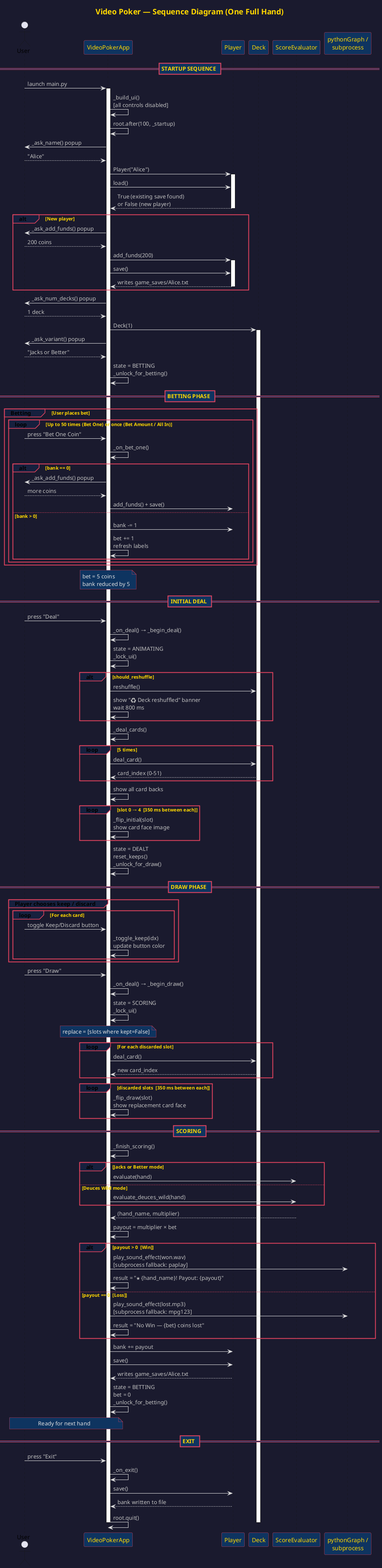
Before: doc/sequence_diagram.png, a diagram exported from PlantUML (jackwiegman/JacksOrHigher-VideoPoker). Source of this version:
```plantuml
@startuml sequence_diagram
skinparam backgroundColor #1a1a2e
skinparam sequenceParticipantBackgroundColor #0f3460
skinparam sequenceParticipantBorderColor #e94560
skinparam sequenceParticipantFontColor #ffd700
skinparam sequenceArrowColor #e0e0e0
skinparam sequenceArrowFontColor #c0c0c0
skinparam sequenceDividerBackgroundColor #0f3460
skinparam sequenceDividerFontColor #ffd700
skinparam sequenceDividerBorderColor #e94560
skinparam sequenceGroupBackgroundColor #16213e
skinparam sequenceGroupBorderColor #e94560
skinparam sequenceGroupFontColor #ffd700
skinparam noteBackgroundColor #0f3460
skinparam noteFontColor #e0e0e0
skinparam noteBorderColor #e94560
skinparam titleFontColor #ffd700
skinparam titleFontSize 18
skinparam lifelineBorderColor #e94560

title Video Poker — Sequence Diagram (One Full Hand)

actor       User              as U
participant VideoPokerApp     as App
participant Player            as P
participant Deck              as D
participant ScoreEvaluator    as SE
participant "pythonGraph /\nsubprocess" as Sound

== STARTUP SEQUENCE ==

U -> App : launch main.py
activate App

App -> App : _build_ui()\n[all controls disabled]

App -> App : root.after(100, _startup)

App -> U : _ask_name() popup
U --> App : "Alice"

App -> P : Player("Alice")
activate P

App -> P : load()
P --> App : True (existing save found)\nor False (new player)
deactivate P

alt New player
    App -> U : _ask_add_funds() popup
    U --> App : 200 coins
    App -> P : add_funds(200)
    activate P
    App -> P : save()
    P --> App : writes game_saves/Alice.txt
    deactivate P
end

App -> U : _ask_num_decks() popup
U --> App : 1 deck
App -> D : Deck(1)
activate D

App -> U : _ask_variant() popup
U --> App : "Jacks or Better"

App -> App : state = BETTING\n_unlock_for_betting()

== BETTING PHASE ==

group Betting [User places bet]
    loop Up to 50 times (Bet One) or once (Bet Amount / All In)
        U -> App : press "Bet One Coin"
        App -> App : _on_bet_one()

        alt bank == 0
            App -> U : _ask_add_funds() popup
            U --> App : more coins
            App -> P : add_funds() + save()
        else bank > 0
            App -> P : bank -= 1
            App -> App : bet += 1\nrefresh labels
        end
    end
end

note over App : bet = 5 coins\nbank reduced by 5

== INITIAL DEAL ==

U -> App : press "Deal"
App -> App : _on_deal() → _begin_deal()
App -> App : state = ANIMATING\n_lock_ui()

alt should_reshuffle
    App -> D : reshuffle()
    App -> App : show "♻ Deck reshuffled" banner\nwait 800 ms
end

App -> App : _deal_cards()

loop 5 times
    App -> D : deal_card()
    D --> App : card_index (0-51)
end

App -> App : show all card backs

loop slot 0 → 4  [350 ms between each]
    App -> App : _flip_initial(slot)\nshow card face image
end

App -> App : state = DEALT\nreset_keeps()\n_unlock_for_draw()

== DRAW PHASE ==

group Player chooses keep / discard
    loop For each card
        U -> App : toggle Keep/Discard button
        App -> App : _toggle_keep(idx)\nupdate button color
    end
end

U -> App : press "Draw"
App -> App : _on_deal() → _begin_draw()
App -> App : state = SCORING\n_lock_ui()

note over App : replace = [slots where kept=False]

loop For each discarded slot
    App -> D : deal_card()
    D --> App : new card_index
end

loop discarded slots  [350 ms between each]
    App -> App : _flip_draw(slot)\nshow replacement card face
end

== SCORING ==

App -> App : _finish_scoring()

alt Jacks or Better mode
    App -> SE : evaluate(hand)
else Deuces Wild mode
    App -> SE : evaluate_deuces_wild(hand)
end

SE --> App : (hand_name, multiplier)

App -> App : payout = multiplier × bet

alt payout > 0  [Win]
    App -> Sound : play_sound_effect(won.wav)\n[subprocess fallback: paplay]
    App -> App : result = "★ {hand_name}! Payout: {payout}"
else payout == 0  [Loss]
    App -> Sound : play_sound_effect(lost.mp3)\n[subprocess fallback: mpg123]
    App -> App : result = "No Win — {bet} coins lost"
end

App -> P : bank += payout
App -> P : save()
P --> App : writes game_saves/Alice.txt

App -> App : state = BETTING\nbet = 0\n_unlock_for_betting()

note over App, U : Ready for next hand

== EXIT ==

U -> App : press "Exit"
App -> App : _on_exit()
App -> P : save()
P --> App : bank written to file
deactivate P
App -> App : root.quit()
deactivate App
deactivate D

@enduml
```
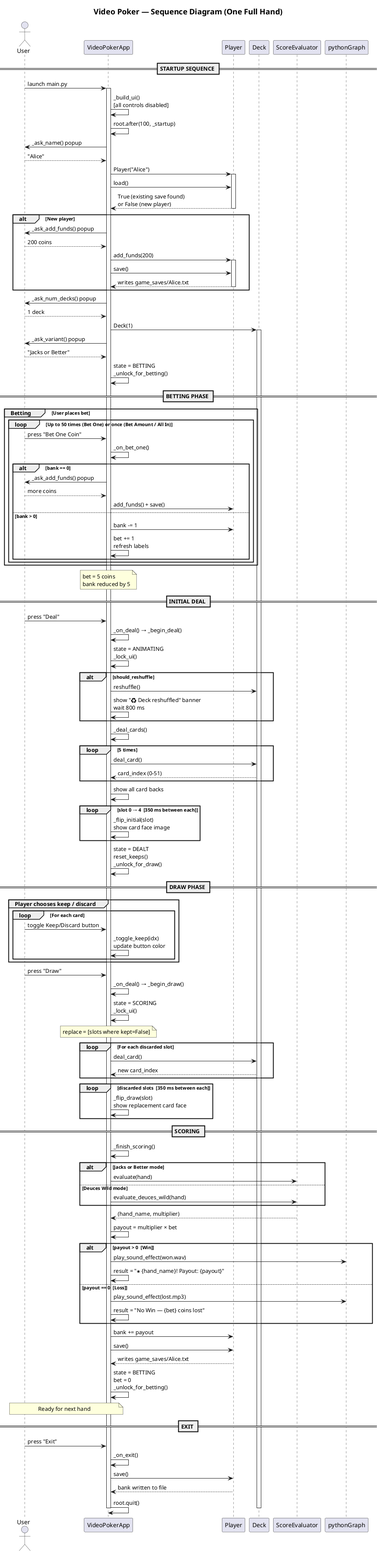
Above is the later version.

Commit message:
Update readme with screenshots and uml diagrams

The edit, as a diff of the source:
```diff
@@ -1,22 +1,5 @@
 @startuml sequence_diagram
-skinparam backgroundColor #1a1a2e
-skinparam sequenceParticipantBackgroundColor #0f3460
-skinparam sequenceParticipantBorderColor #e94560
-skinparam sequenceParticipantFontColor #ffd700
-skinparam sequenceArrowColor #e0e0e0
-skinparam sequenceArrowFontColor #c0c0c0
-skinparam sequenceDividerBackgroundColor #0f3460
-skinparam sequenceDividerFontColor #ffd700
-skinparam sequenceDividerBorderColor #e94560
-skinparam sequenceGroupBackgroundColor #16213e
-skinparam sequenceGroupBorderColor #e94560
-skinparam sequenceGroupFontColor #ffd700
-skinparam noteBackgroundColor #0f3460
-skinparam noteFontColor #e0e0e0
-skinparam noteBorderColor #e94560
-skinparam titleFontColor #ffd700
 skinparam titleFontSize 18
-skinparam lifelineBorderColor #e94560
 
 title Video Poker — Sequence Diagram (One Full Hand)
 
@@ -25,7 +8,7 @@
 participant Player            as P
 participant Deck              as D
 participant ScoreEvaluator    as SE
-participant "pythonGraph /\nsubprocess" as Sound
+participant "pythonGraph" as Sound
 
 == STARTUP SEQUENCE ==
 
@@ -151,10 +134,10 @@
 App -> App : payout = multiplier × bet
 
 alt payout > 0  [Win]
-    App -> Sound : play_sound_effect(won.wav)\n[subprocess fallback: paplay]
+    App -> Sound : play_sound_effect(won.wav)
     App -> App : result = "★ {hand_name}! Payout: {payout}"
 else payout == 0  [Loss]
-    App -> Sound : play_sound_effect(lost.mp3)\n[subprocess fallback: mpg123]
+    App -> Sound : play_sound_effect(lost.mp3)
     App -> App : result = "No Win — {bet} coins lost"
 end
 
```
